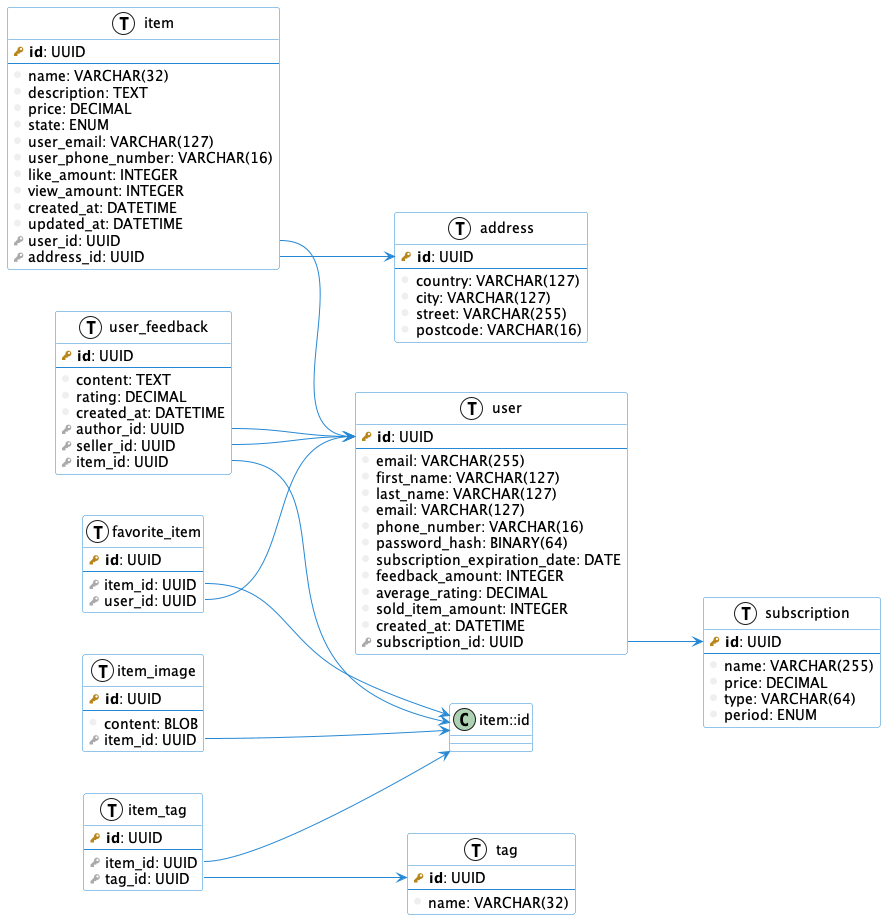
Above: db.png in danilshvalov/databases-lab (PlantUML), before the change. Its diagram source:
```plantuml
@startuml
left to right direction
skinparam roundcorner 5
skinparam shadowing false

skinparam class {
    BackgroundColor white
    ArrowColor #2688d4
    BorderColor #2688d4
}

!define primary_key(x) <b><color:#b8861b><&key></color> x</b>
!define foreign_key(x) <color:#aaaaaa><&key></color> x
!define column(x) <color:#efefef><&media-record></color> x
!define table(x) entity x << (T, white) >>

table(address) {
    primary_key(id): UUID
    --
    column(country): VARCHAR(127)
    column(city): VARCHAR(127)
    column(street): VARCHAR(255)
    column(postcode): VARCHAR(16)
}

table(subscription) {
    primary_key(id): UUID
    --
    column(name): VARCHAR(255)
    column(price): DECIMAL
    column(type): VARCHAR(64)
    column(period): ENUM
}

table(user) {
    primary_key(id): UUID
    --
    column(email): VARCHAR(255)
    column(first_name): VARCHAR(127)
    column(last_name): VARCHAR(127)
    column(email): VARCHAR(127)
    column(phone_number): VARCHAR(16)
    column(password_hash): BINARY(64)
    column(subscription_expiration_date): DATE
    column(feedback_amount): INTEGER
    column(average_rating): DECIMAL
    column(sold_item_amount): INTEGER
    column(created_at): DATETIME
    foreign_key(subscription_id): UUID
}

user::subscription_id --> subscription::id

table(user_feedback) {
    primary_key(id): UUID
    --
    column(content): TEXT
    column(rating): DECIMAL
    column(created_at): DATETIME
    foreign_key(author_id): UUID
    foreign_key(seller_id): UUID
    foreign_key(item_id): UUID
}

user_feedback::author_id --> user::id
user_feedback::seller_id --> user::id
user_feedback::item_id --> item::id

table(tag) {
    primary_key(id): UUID
    --
    column(name): VARCHAR(32)
}

table(item) {
    primary_key(id): UUID
    --
    column(name): VARCHAR(32)
    column(description): TEXT
    column(price): DECIMAL
    column(state): ENUM
    column(user_email): VARCHAR(127)
    column(user_phone_number): VARCHAR(16)
    column(like_amount): INTEGER
    column(view_amount): INTEGER
    column(created_at): DATETIME
    column(updated_at): DATETIME
    foreign_key(user_id): UUID
    foreign_key(address_id): UUID
}


item::user_id --> user::id
item::address_id --> address::id

table(item_tag) {
    primary_key(id): UUID
    --
    foreign_key(item_id): UUID
    foreign_key(tag_id): UUID
}

item_tag::item_id --> item::id
item_tag::tag_id --> tag::id

table(item_image) {
    primary_key(id): UUID
    --
    column(content): BLOB
    foreign_key(item_id): UUID
}

item_image::item_id --> item::id

table(favorite_item) {
    primary_key(id): UUID
    --
    foreign_key(item_id): UUID
    foreign_key(user_id): UUID
}

favorite_item::item_id --> item::id
favorite_item::user_id --> user::id

@enduml
```
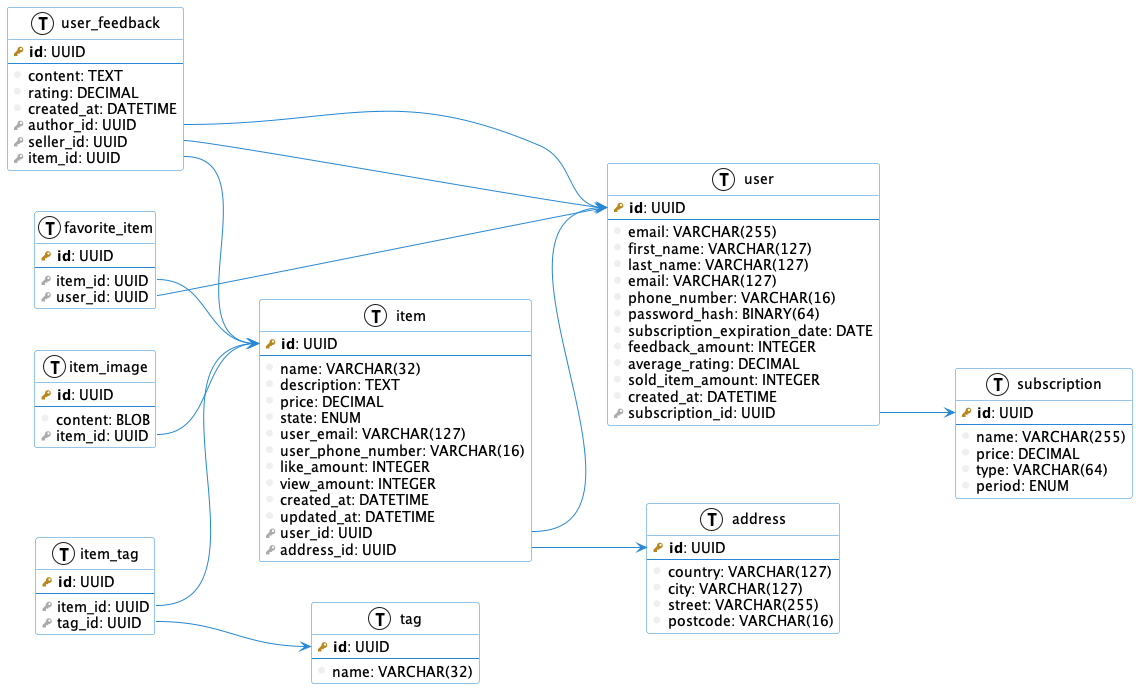
The same file after the commit.

Diff of the diagram source:
```diff
@@ -51,6 +51,24 @@
 
 user::subscription_id --> subscription::id
 
+table(item) {
+    primary_key(id): UUID
+    --
+    column(name): VARCHAR(32)
+    column(description): TEXT
+    column(price): DECIMAL
+    column(state): ENUM
+    column(user_email): VARCHAR(127)
+    column(user_phone_number): VARCHAR(16)
+    column(like_amount): INTEGER
+    column(view_amount): INTEGER
+    column(created_at): DATETIME
+    column(updated_at): DATETIME
+    foreign_key(user_id): UUID
+    foreign_key(address_id): UUID
+}
+
+
 table(user_feedback) {
     primary_key(id): UUID
     --
@@ -71,24 +89,6 @@
     --
     column(name): VARCHAR(32)
 }
-
-table(item) {
-    primary_key(id): UUID
-    --
-    column(name): VARCHAR(32)
-    column(description): TEXT
-    column(price): DECIMAL
-    column(state): ENUM
-    column(user_email): VARCHAR(127)
-    column(user_phone_number): VARCHAR(16)
-    column(like_amount): INTEGER
-    column(view_amount): INTEGER
-    column(created_at): DATETIME
-    column(updated_at): DATETIME
-    foreign_key(user_id): UUID
-    foreign_key(address_id): UUID
-}
-
 
 item::user_id --> user::id
 item::address_id --> address::id
```
